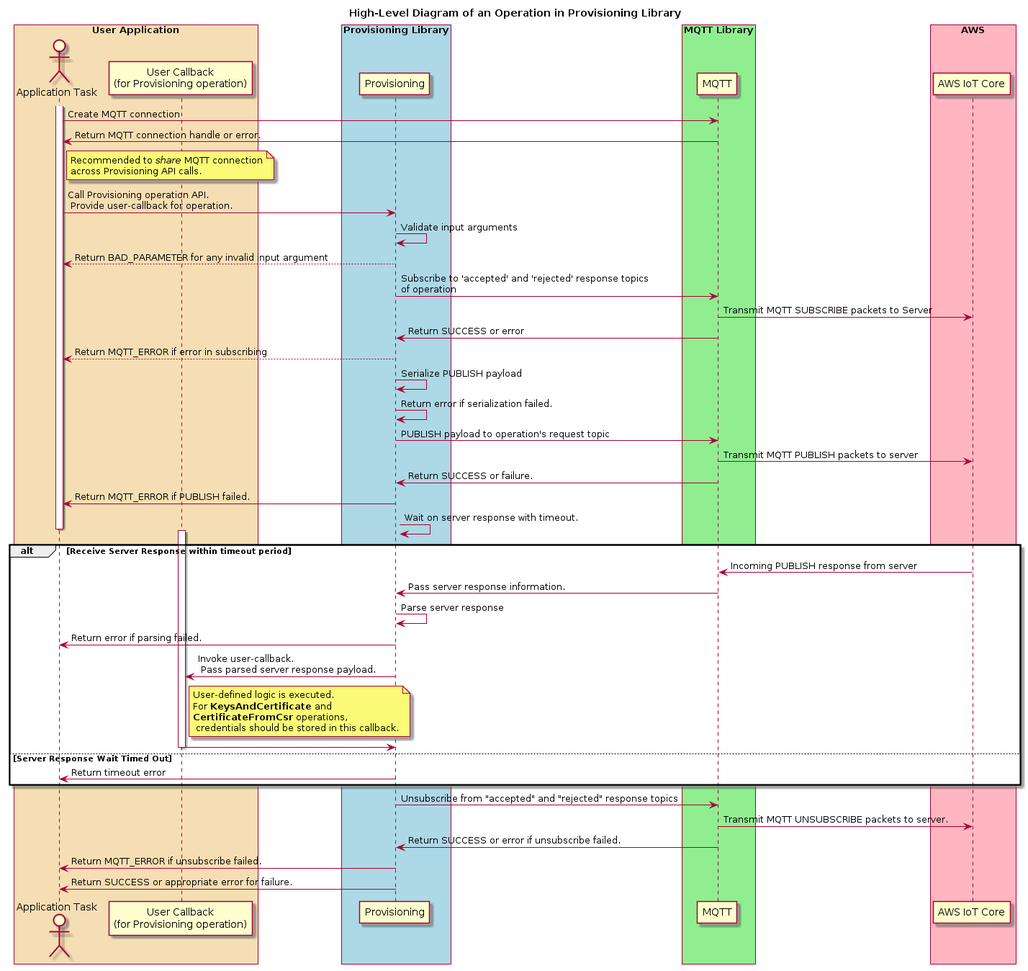
Above: doc/plantuml/images/provisioning_operation_highlevel_design.png in aws/aws-iot-device-sdk-embedded-C (PlantUML), before the change.
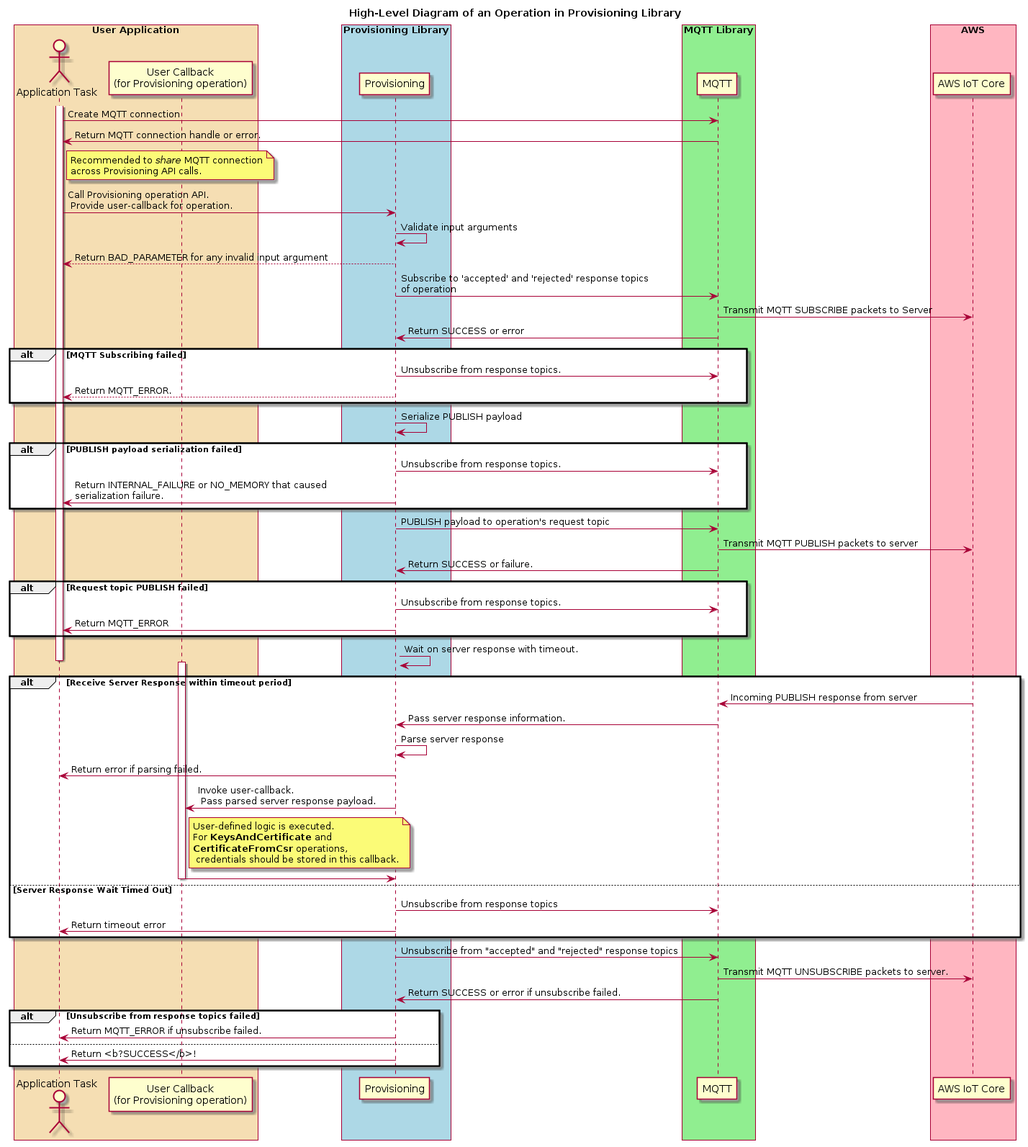
The same file after the commit.

Commit message:
Correctness and readability improvements in High Level design diagram

The edit, as a diff of the source:
```diff
@@ -36,15 +36,24 @@
 
 mqtt -> aws: Transmit MQTT SUBSCRIBE packets to Server
 mqtt -> provisioning: Return SUCCESS or error
-provisioning --> app: Return MQTT_ERROR if error in subscribing
+alt MQTT Subscribing failed
+provisioning -> mqtt: Unsubscribe from response topics.
+provisioning --> app: Return MQTT_ERROR.
+end alt
 
 provisioning -> provisioning: Serialize PUBLISH payload
-provisioning -> provisioning: Return error if serialization failed.
+alt PUBLISH payload serialization failed
+provisioning -> mqtt: Unsubscribe from response topics.
+provisioning -> app: Return INTERNAL_FAILURE or NO_MEMORY that caused\nserialization failure.
+end alt
 
 provisioning -> mqtt: PUBLISH payload to operation's request topic
 mqtt -> aws: Transmit MQTT PUBLISH packets to server
 mqtt -> provisioning: Return SUCCESS or failure.
-provisioning -> app: Return MQTT_ERROR if PUBLISH failed.
+alt Request topic PUBLISH failed
+provisioning -> mqtt: Unsubscribe from response topics.
+provisioning -> app: Return MQTT_ERROR
+end alt
 
 provisioning -> provisioning: Wait on server response with timeout.
 deactivate app
@@ -59,6 +68,7 @@
 callback -> provisioning
 deactivate callback
 else Server Response Wait Timed Out
+provisioning -> mqtt: Unsubscribe from response topics
 provisioning -> app: Return timeout error
 end alt
 
@@ -66,8 +76,10 @@
 provisioning -> mqtt: Unsubscribe from "accepted" and "rejected" response topics
 mqtt -> aws: Transmit MQTT UNSUBSCRIBE packets to server.
 mqtt -> provisioning: Return SUCCESS or error if unsubscribe failed.
+alt Unsubscribe from response topics failed
 provisioning -> app: Return MQTT_ERROR if unsubscribe failed.
-
-provisioning -> app: Return SUCCESS or appropriate error for failure.
+else
+provisioning -> app: Return <b?SUCCESS</b>!
+end alt
 deactivate app
 @enduml
```
